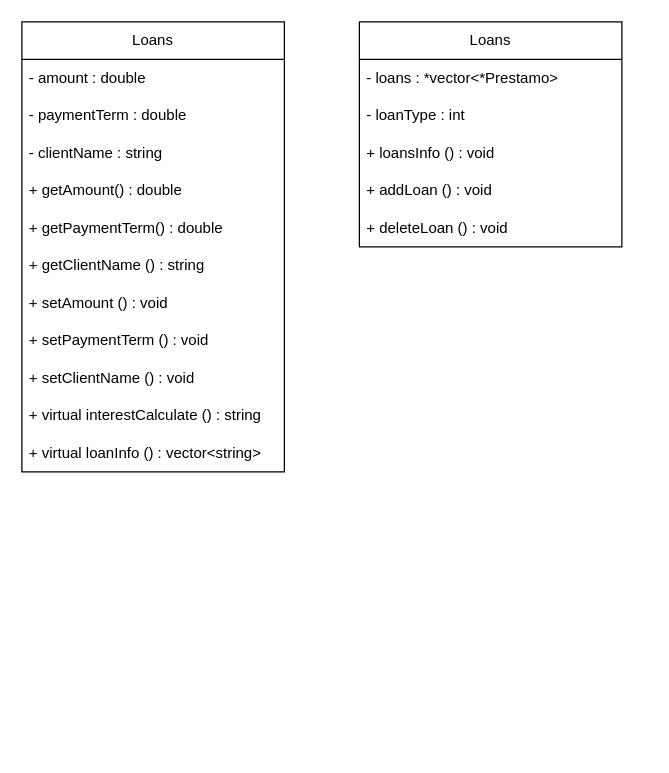
This is Gestor de prestamos.drawio from santiagoesdras/Proyecto_C-, a draw.io file, before an edit. Source tidied: cells renumbered, new cells numbered last; positions are measured from the earlier drawing's top-left corner, leaving out a move shared by most shapes. Both pictures are drawn from the tidied source at 125%, with x=0, y=0 at pixel (21, 21).
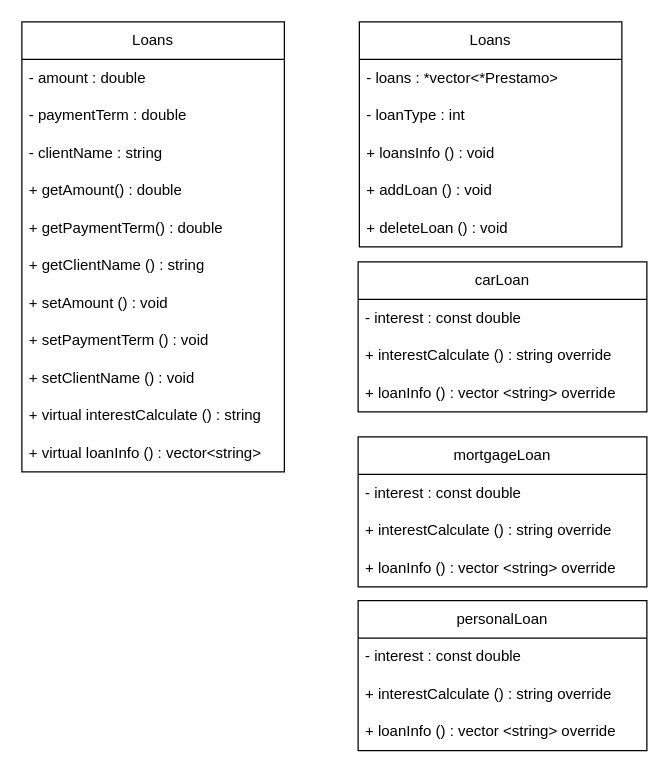
After the change.

The edit, as a diff of the source:
```diff
@@
+    <mxCell id="20" value="carLoan" style="swimlane;fontStyle=0;horizontal=1;startSize=30;whiteSpace=wrap;html=1;" parent="1" vertex="1">
+      <mxGeometry x="269" y="192" width="231" height="120" as="geometry" />
+    </mxCell>
+    <mxCell id="21" value="- interest : const double" style="text;strokeColor=none;fillColor=none;align=left;verticalAlign=middle;spacingLeft=4;spacingRight=4;overflow=hidden;whiteSpace=wrap;html=1;" parent="20" vertex="1">
+      <mxGeometry y="30" width="231" height="30" as="geometry" />
+    </mxCell>
+    <mxCell id="22" value="+ interestCalculate () : string override" style="text;strokeColor=none;fillColor=none;align=left;verticalAlign=middle;spacingLeft=4;spacingRight=4;overflow=hidden;whiteSpace=wrap;html=1;" parent="20" vertex="1">
+      <mxGeometry y="60" width="231" height="30" as="geometry" />
+    </mxCell>
+    <mxCell id="23" value="+ loanInfo () : vector &amp;lt;string&amp;gt; override" style="text;strokeColor=none;fillColor=none;align=left;verticalAlign=middle;spacingLeft=4;spacingRight=4;overflow=hidden;whiteSpace=wrap;html=1;" parent="20" vertex="1">
+      <mxGeometry y="90" width="231" height="30" as="geometry" />
+    </mxCell>
+    <mxCell id="24" value="mortgageLoan" style="swimlane;fontStyle=0;horizontal=1;startSize=30;whiteSpace=wrap;html=1;" parent="1" vertex="1">
+      <mxGeometry x="269" y="332" width="231" height="120" as="geometry" />
+    </mxCell>
+    <mxCell id="25" value="- interest : const double" style="text;strokeColor=none;fillColor=none;align=left;verticalAlign=middle;spacingLeft=4;spacingRight=4;overflow=hidden;whiteSpace=wrap;html=1;" parent="24" vertex="1">
+      <mxGeometry y="30" width="231" height="30" as="geometry" />
+    </mxCell>
+    <mxCell id="26" value="+ interestCalculate () : string override" style="text;strokeColor=none;fillColor=none;align=left;verticalAlign=middle;spacingLeft=4;spacingRight=4;overflow=hidden;whiteSpace=wrap;html=1;" parent="24" vertex="1">
+      <mxGeometry y="60" width="231" height="30" as="geometry" />
+    </mxCell>
+    <mxCell id="27" value="+ loanInfo () : vector &amp;lt;string&amp;gt; override" style="text;strokeColor=none;fillColor=none;align=left;verticalAlign=middle;spacingLeft=4;spacingRight=4;overflow=hidden;whiteSpace=wrap;html=1;" parent="24" vertex="1">
+      <mxGeometry y="90" width="231" height="30" as="geometry" />
+    </mxCell>
+    <mxCell id="28" value="personalLoan" style="swimlane;fontStyle=0;horizontal=1;startSize=30;whiteSpace=wrap;html=1;" parent="1" vertex="1">
+      <mxGeometry x="269" y="463" width="231" height="120" as="geometry" />
+    </mxCell>
+    <mxCell id="29" value="- interest : const double" style="text;strokeColor=none;fillColor=none;align=left;verticalAlign=middle;spacingLeft=4;spacingRight=4;overflow=hidden;whiteSpace=wrap;html=1;" parent="28" vertex="1">
+      <mxGeometry y="30" width="231" height="30" as="geometry" />
+    </mxCell>
+    <mxCell id="30" value="+ interestCalculate () : string override" style="text;strokeColor=none;fillColor=none;align=left;verticalAlign=middle;spacingLeft=4;spacingRight=4;overflow=hidden;whiteSpace=wrap;html=1;" parent="28" vertex="1">
+      <mxGeometry y="60" width="231" height="30" as="geometry" />
+    </mxCell>
+    <mxCell id="31" value="+ loanInfo () : vector &amp;lt;string&amp;gt; override" style="text;strokeColor=none;fillColor=none;align=left;verticalAlign=middle;spacingLeft=4;spacingRight=4;overflow=hidden;whiteSpace=wrap;html=1;" parent="28" vertex="1">
+      <mxGeometry y="90" width="231" height="30" as="geometry" />
+    </mxCell>
```
